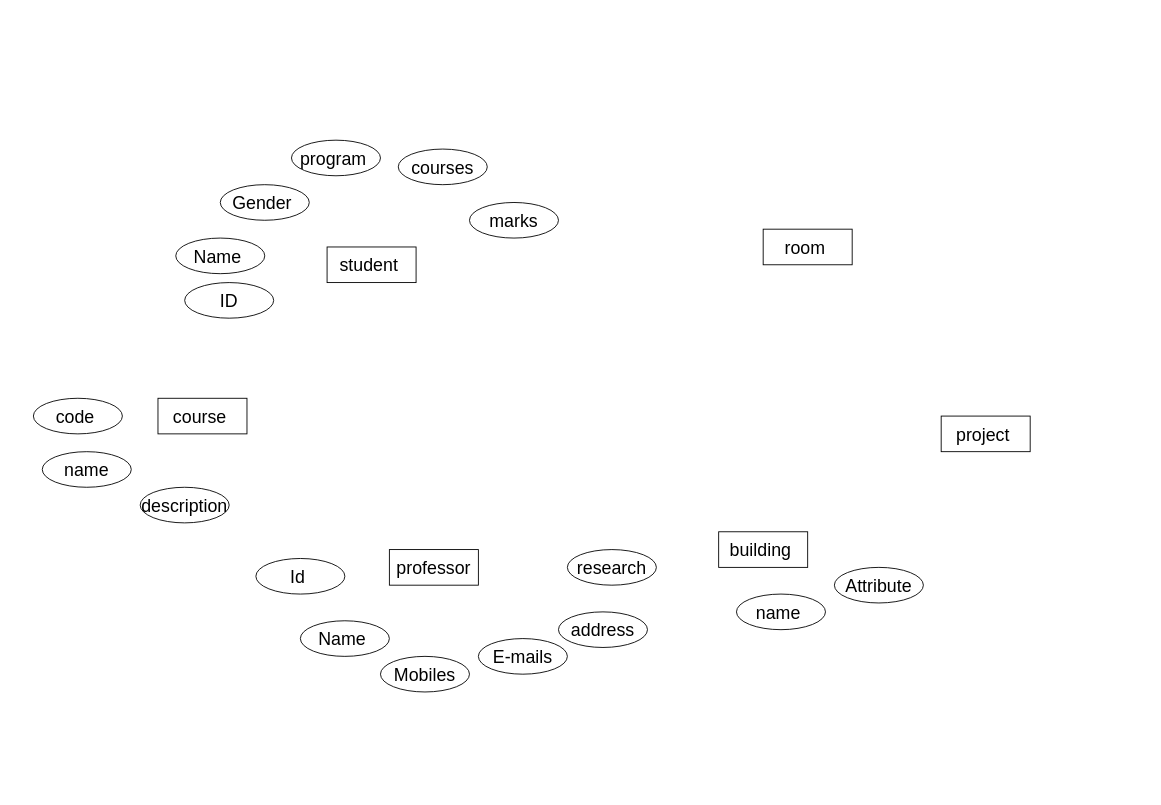
Before: Untitled Diagram.drawio in elarabyelaidy19/database_of_databases, a draw.io diagram. Source tidied: cells renumbered, new cells numbered last; positions are measured from the earlier drawing's top-left corner, leaving out a move shared by most shapes. Both pictures are drawn from the tidied source at 89%, with x=0, y=0 at pixel (33, 140).
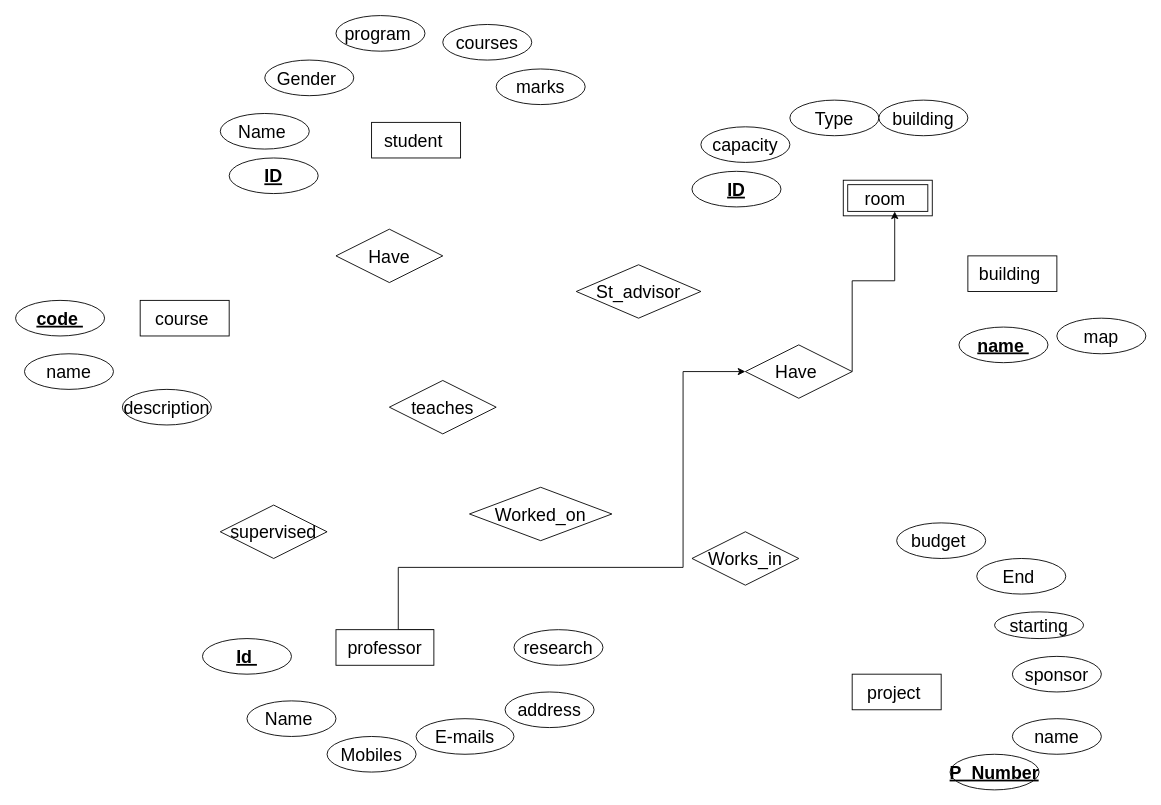
The same page after the edit.

The edit, as a diff of the source:
```diff
@@
+    <mxCell id="25" style="edgeStyle=orthogonalEdgeStyle;rounded=0;jettySize=auto;html=1;exitX=1;exitY=0;exitDx=0;exitDy=0;entryX=0;entryY=0.5;entryDx=0;entryDy=0;fontSize=20;" parent="1" edge="1" source="2" target="37">
+      <mxGeometry relative="1" as="geometry">
+        <Array as="points">
+          <mxPoint x="410" y="550" />
+          <mxPoint x="410" y="480" />
+          <mxPoint x="730" y="480" />
+          <mxPoint x="730" y="260" />
+        </Array>
+      </mxGeometry>
+    </mxCell>
     <mxCell id="2" value="professor" style="whiteSpace=wrap;html=1;align=center;fontSize=20;fontStyle=0;" parent="1" vertex="1">
-      <mxGeometry x="400" y="460" width="100" height="40" as="geometry" />
+      <mxGeometry x="340" y="550" width="110" height="40" as="geometry" />
     </mxCell>
     <mxCell id="3" value="building&amp;nbsp;" style="whiteSpace=wrap;html=1;align=center;fontSize=20;fontStyle=0;" parent="1" vertex="1">
-      <mxGeometry x="770" y="440" width="100" height="40" as="geometry" />
+      <mxGeometry x="1050" y="130" width="100" height="40" as="geometry" />
     </mxCell>
     <mxCell id="4" value="student&amp;nbsp;" style="whiteSpace=wrap;html=1;align=center;fontSize=20;fontStyle=0;" parent="1" vertex="1">
-      <mxGeometry x="330" y="120" width="100" height="40" as="geometry" />
+      <mxGeometry x="380" y="-20" width="100" height="40" as="geometry" />
     </mxCell>
     <mxCell id="5" value="project&amp;nbsp;" style="whiteSpace=wrap;html=1;align=center;fontSize=20;fontStyle=0;" parent="1" vertex="1">
-      <mxGeometry x="1020" y="310" width="100" height="40" as="geometry" />
+      <mxGeometry x="920" y="600" width="100" height="40" as="geometry" />
     </mxCell>
-    <mxCell id="6" value="room&amp;nbsp;" style="whiteSpace=wrap;html=1;align=center;fontSize=20;fontStyle=0;" parent="1" vertex="1">
-      <mxGeometry x="820" y="100" width="100" height="40" as="geometry" />
-    </mxCell>
     <mxCell id="7" value="course&amp;nbsp;" style="whiteSpace=wrap;html=1;align=center;fontSize=20;fontStyle=0;" parent="1" vertex="1">
-      <mxGeometry x="140" y="290" width="100" height="40" as="geometry" />
+      <mxGeometry x="120" y="180" width="100" height="40" as="geometry" />
     </mxCell>
     <mxCell id="8" value="courses" style="ellipse;whiteSpace=wrap;html=1;align=center;fontSize=20;fontStyle=0;" parent="1" vertex="1">
-      <mxGeometry x="410" y="10" width="100" height="40" as="geometry" />
+      <mxGeometry x="460" y="-130" width="100" height="40" as="geometry" />
     </mxCell>
     <mxCell id="9" value="program&amp;nbsp;" style="ellipse;whiteSpace=wrap;html=1;align=center;fontStyle=0;fontSize=20;" parent="1" vertex="1">
-      <mxGeometry x="290" width="100" height="40" as="geometry" />
+      <mxGeometry x="340" y="-140" width="100" height="40" as="geometry" />
     </mxCell>
     <mxCell id="10" value="Gender&amp;nbsp;" style="ellipse;whiteSpace=wrap;html=1;align=center;fontStyle=0;fontSize=20;" parent="1" vertex="1">
-      <mxGeometry x="210" y="50" width="100" height="40" as="geometry" />
+      <mxGeometry x="260" y="-90" width="100" height="40" as="geometry" />
     </mxCell>
     <mxCell id="11" value="Name&amp;nbsp;" style="ellipse;whiteSpace=wrap;html=1;align=center;fontStyle=0;fontSize=20;" parent="1" vertex="1">
-      <mxGeometry x="160" y="110" width="100" height="40" as="geometry" />
+      <mxGeometry x="210" y="-30" width="100" height="40" as="geometry" />
     </mxCell>
     <mxCell id="12" value="marks" style="ellipse;whiteSpace=wrap;html=1;align=center;fontStyle=0;fontSize=20;" parent="1" vertex="1">
-      <mxGeometry x="490" y="70" width="100" height="40" as="geometry" />
+      <mxGeometry x="520" y="-80" width="100" height="40" as="geometry" />
     </mxCell>
     <mxCell id="13" value="description" style="ellipse;whiteSpace=wrap;html=1;align=center;fontStyle=0;fontSize=20;" parent="1" vertex="1">
-      <mxGeometry x="120" y="390" width="100" height="40" as="geometry" />
+      <mxGeometry x="100" y="280" width="100" height="40" as="geometry" />
     </mxCell>
-    <mxCell id="14" value="code&amp;nbsp;" style="ellipse;whiteSpace=wrap;html=1;align=center;fontStyle=0;fontSize=20;" parent="1" vertex="1">
-      <mxGeometry y="290" width="100" height="40" as="geometry" />
+    <mxCell id="14" value="code&amp;nbsp;" style="ellipse;whiteSpace=wrap;html=1;align=center;fontStyle=5;fontSize=20;" parent="1" vertex="1">
+      <mxGeometry x="-20" y="180" width="100" height="40" as="geometry" />
     </mxCell>
     <mxCell id="15" value="name" style="ellipse;whiteSpace=wrap;html=1;align=center;fontStyle=0;fontSize=20;" parent="1" vertex="1">
-      <mxGeometry x="10" y="350" width="100" height="40" as="geometry" />
+      <mxGeometry x="-10" y="240" width="100" height="40" as="geometry" />
     </mxCell>
-    <mxCell id="16" value="ID" style="ellipse;whiteSpace=wrap;html=1;align=center;fontSize=20;fontStyle=0;" parent="1" vertex="1">
-      <mxGeometry x="170" y="160" width="100" height="40" as="geometry" />
+    <mxCell id="16" value="ID" style="ellipse;whiteSpace=wrap;html=1;align=center;fontSize=20;fontStyle=5;" parent="1" vertex="1">
+      <mxGeometry x="220" y="20" width="100" height="40" as="geometry" />
     </mxCell>
-    <mxCell id="17" value="Id&amp;nbsp;" style="ellipse;whiteSpace=wrap;html=1;align=center;fontSize=20;" parent="1" vertex="1">
-      <mxGeometry x="250" y="470" width="100" height="40" as="geometry" />
+    <mxCell id="17" value="Id&amp;nbsp;" style="ellipse;whiteSpace=wrap;html=1;align=center;fontSize=20;fontStyle=5;" parent="1" vertex="1">
+      <mxGeometry x="190" y="560" width="100" height="40" as="geometry" />
     </mxCell>
     <mxCell id="18" value="Mobiles" style="ellipse;whiteSpace=wrap;html=1;align=center;fontSize=20;" parent="1" vertex="1">
-      <mxGeometry x="390" y="580" width="100" height="40" as="geometry" />
+      <mxGeometry x="330" y="670" width="100" height="40" as="geometry" />
     </mxCell>
     <mxCell id="19" value="Name&amp;nbsp;" style="ellipse;whiteSpace=wrap;html=1;align=center;fontSize=20;" parent="1" vertex="1">
-      <mxGeometry x="300" y="540" width="100" height="40" as="geometry" />
+      <mxGeometry x="240" y="630" width="100" height="40" as="geometry" />
     </mxCell>
     <mxCell id="20" value="E-mails" style="ellipse;whiteSpace=wrap;html=1;align=center;fontSize=20;" parent="1" vertex="1">
-      <mxGeometry x="500" y="560" width="100" height="40" as="geometry" />
+      <mxGeometry x="430" y="650" width="110" height="40" as="geometry" />
     </mxCell>
     <mxCell id="21" value="address" style="ellipse;whiteSpace=wrap;html=1;align=center;fontSize=20;" parent="1" vertex="1">
-      <mxGeometry x="590" y="530" width="100" height="40" as="geometry" />
+      <mxGeometry x="530" y="620" width="100" height="40" as="geometry" />
     </mxCell>
     <mxCell id="22" value="research" style="ellipse;whiteSpace=wrap;html=1;align=center;fontSize=20;" parent="1" vertex="1">
-      <mxGeometry x="600" y="460" width="100" height="40" as="geometry" />
+      <mxGeometry x="540" y="550" width="100" height="40" as="geometry" />
     </mxCell>
-    <mxCell id="23" value="Attribute" style="ellipse;whiteSpace=wrap;html=1;align=center;fontSize=20;" parent="1" vertex="1">
-      <mxGeometry x="900" y="480" width="100" height="40" as="geometry" />
+    <mxCell id="23" value="map" style="ellipse;whiteSpace=wrap;html=1;align=center;fontSize=20;" parent="1" vertex="1">
+      <mxGeometry x="1150" y="200" width="100" height="40" as="geometry" />
     </mxCell>
-    <mxCell id="24" value="name&amp;nbsp;" style="ellipse;whiteSpace=wrap;html=1;align=center;fontSize=20;" parent="1" vertex="1">
-      <mxGeometry x="790" y="510" width="100" height="40" as="geometry" />
+    <mxCell id="24" value="&lt;u&gt;&lt;b&gt;name&amp;nbsp;&lt;/b&gt;&lt;/u&gt;" style="ellipse;whiteSpace=wrap;html=1;align=center;fontSize=20;" parent="1" vertex="1">
+      <mxGeometry x="1040" y="210" width="100" height="40" as="geometry" />
     </mxCell>
+    <mxCell id="26" value="starting" style="ellipse;whiteSpace=wrap;html=1;align=center;fontSize=20;" parent="1" vertex="1">
+      <mxGeometry x="1080" y="530" width="100" height="30" as="geometry" />
+    </mxCell>
+    <mxCell id="27" value="sponsor" style="ellipse;whiteSpace=wrap;html=1;align=center;fontSize=20;" parent="1" vertex="1">
+      <mxGeometry x="1100" y="580" width="100" height="40" as="geometry" />
+    </mxCell>
+    <mxCell id="28" value="name" style="ellipse;whiteSpace=wrap;html=1;align=center;fontSize=20;" parent="1" vertex="1">
+      <mxGeometry x="1100" y="650" width="100" height="40" as="geometry" />
+    </mxCell>
+    <mxCell id="29" value="P_Number" style="ellipse;whiteSpace=wrap;html=1;align=center;fontSize=20;fontStyle=5;" parent="1" vertex="1">
+      <mxGeometry x="1030" y="690" width="100" height="40" as="geometry" />
+    </mxCell>
+    <mxCell id="30" value="End&amp;nbsp;" style="ellipse;whiteSpace=wrap;html=1;align=center;fontSize=20;" parent="1" vertex="1">
+      <mxGeometry x="1060" y="470" width="100" height="40" as="geometry" />
+    </mxCell>
+    <mxCell id="31" value="budget&amp;nbsp;" style="ellipse;whiteSpace=wrap;html=1;align=center;fontSize=20;" parent="1" vertex="1">
+      <mxGeometry x="970" y="430" width="100" height="40" as="geometry" />
+    </mxCell>
+    <mxCell id="32" value="Type" style="ellipse;whiteSpace=wrap;html=1;align=center;fontSize=20;" parent="1" vertex="1">
+      <mxGeometry x="850" y="-45" width="100" height="40" as="geometry" />
+    </mxCell>
+    <mxCell id="33" value="building" style="ellipse;whiteSpace=wrap;html=1;align=center;fontSize=20;" parent="1" vertex="1">
+      <mxGeometry x="950" y="-45" width="100" height="40" as="geometry" />
+    </mxCell>
+    <mxCell id="34" value="capacity" style="ellipse;whiteSpace=wrap;html=1;align=center;fontSize=20;" parent="1" vertex="1">
+      <mxGeometry x="750" y="-15" width="100" height="40" as="geometry" />
+    </mxCell>
+    <mxCell id="35" value="ID" style="ellipse;whiteSpace=wrap;html=1;align=center;fontSize=20;fontStyle=5;" parent="1" vertex="1">
+      <mxGeometry x="740" y="35" width="100" height="40" as="geometry" />
+    </mxCell>
+    <mxCell id="6" value="room&amp;nbsp;" style="shape=ext;margin=3;double=1;whiteSpace=wrap;html=1;align=center;fontSize=20;" parent="1" vertex="1">
+      <mxGeometry x="910" y="45" width="100" height="40" as="geometry" />
+    </mxCell>
+    <mxCell id="36" style="edgeStyle=orthogonalEdgeStyle;rounded=0;jettySize=auto;html=1;fontSize=20;entryX=0.578;entryY=0.878;entryDx=0;entryDy=0;entryPerimeter=0;" parent="1" edge="1" source="37" target="6">
+      <mxGeometry relative="1" as="geometry">
+        <Array as="points">
+          <mxPoint x="920" y="158" />
+          <mxPoint x="968" y="158" />
+        </Array>
+      </mxGeometry>
+    </mxCell>
+    <mxCell id="37" value="Have&amp;nbsp;" style="shape=rhombus;perimeter=rhombusPerimeter;whiteSpace=wrap;html=1;align=center;fontSize=20;" parent="1" vertex="1">
+      <mxGeometry x="800" y="230" width="120" height="60" as="geometry" />
+    </mxCell>
+    <mxCell id="38" value="teaches" style="shape=rhombus;perimeter=rhombusPerimeter;whiteSpace=wrap;html=1;align=center;fontSize=20;" parent="1" vertex="1">
+      <mxGeometry x="400" y="270" width="120" height="60" as="geometry" />
+    </mxCell>
+    <mxCell id="39" value="supervised" style="shape=rhombus;perimeter=rhombusPerimeter;whiteSpace=wrap;html=1;align=center;fontSize=20;" parent="1" vertex="1">
+      <mxGeometry x="210" y="410" width="120" height="60" as="geometry" />
+    </mxCell>
+    <mxCell id="40" value="Worked_on" style="shape=rhombus;perimeter=rhombusPerimeter;whiteSpace=wrap;html=1;align=center;fontSize=20;" parent="1" vertex="1">
+      <mxGeometry x="490" y="390" width="160" height="60" as="geometry" />
+    </mxCell>
+    <mxCell id="41" value="Works_in" style="shape=rhombus;perimeter=rhombusPerimeter;whiteSpace=wrap;html=1;align=center;fontSize=20;" parent="1" vertex="1">
+      <mxGeometry x="740" y="440" width="120" height="60" as="geometry" />
+    </mxCell>
+    <mxCell id="42" value="Have" style="shape=rhombus;perimeter=rhombusPerimeter;whiteSpace=wrap;html=1;align=center;fontSize=20;" parent="1" vertex="1">
+      <mxGeometry x="340" y="100" width="120" height="60" as="geometry" />
+    </mxCell>
+    <mxCell id="43" value="St_advisor" style="shape=rhombus;perimeter=rhombusPerimeter;whiteSpace=wrap;html=1;align=center;fontSize=20;" parent="1" vertex="1">
+      <mxGeometry x="610" y="140" width="140" height="60" as="geometry" />
+    </mxCell>
```
